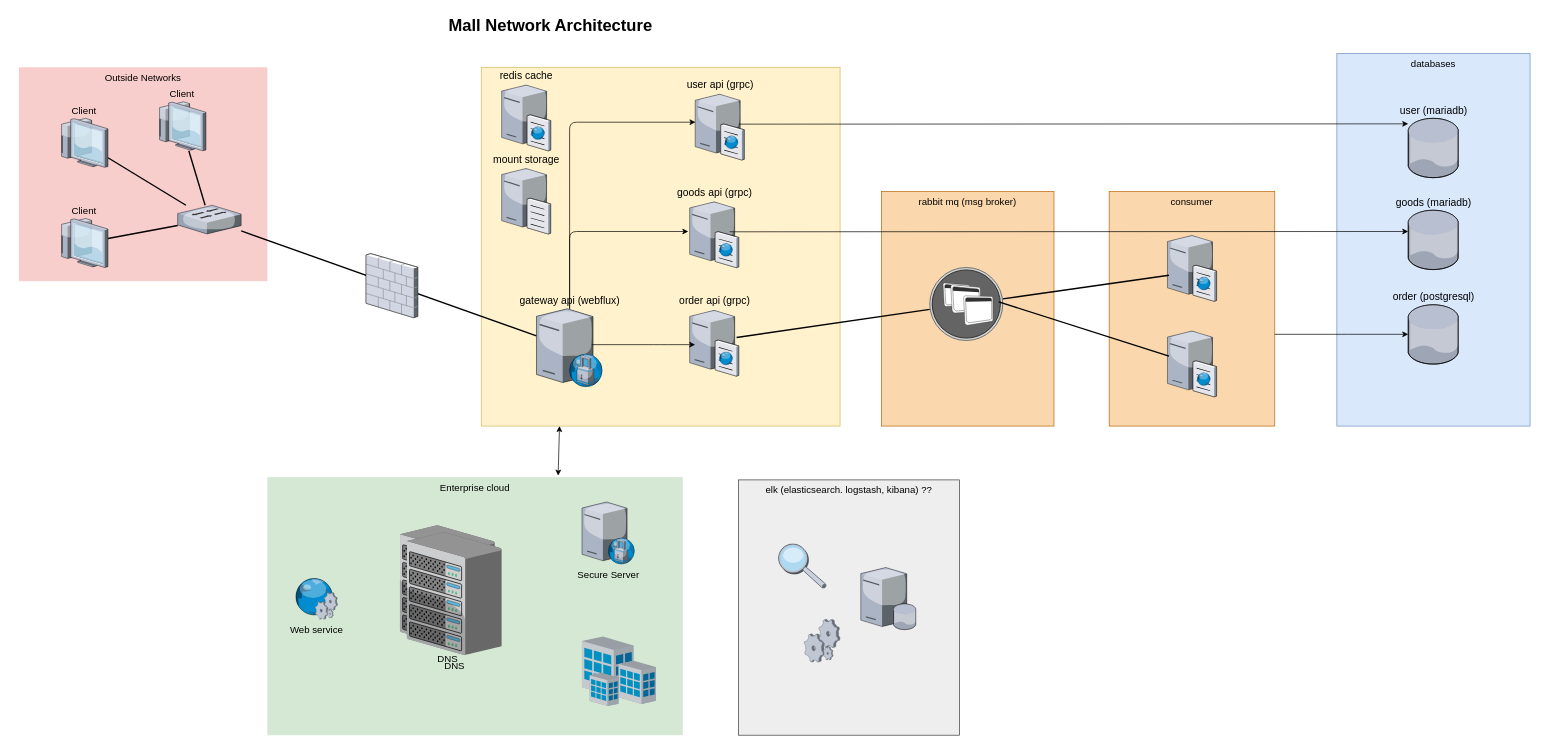
The draw.io diagram architecture/mall-architecture.drawio in kyoDaddy/spring-cloud-multi-module, before the edit. Source tidied: cells renumbered, new cells numbered last; positions are measured from the earlier drawing's top-left corner, leaving out a move shared by most shapes. Both pictures are drawn from the tidied source at 69%, with x=0, y=0 at pixel (19, 12).
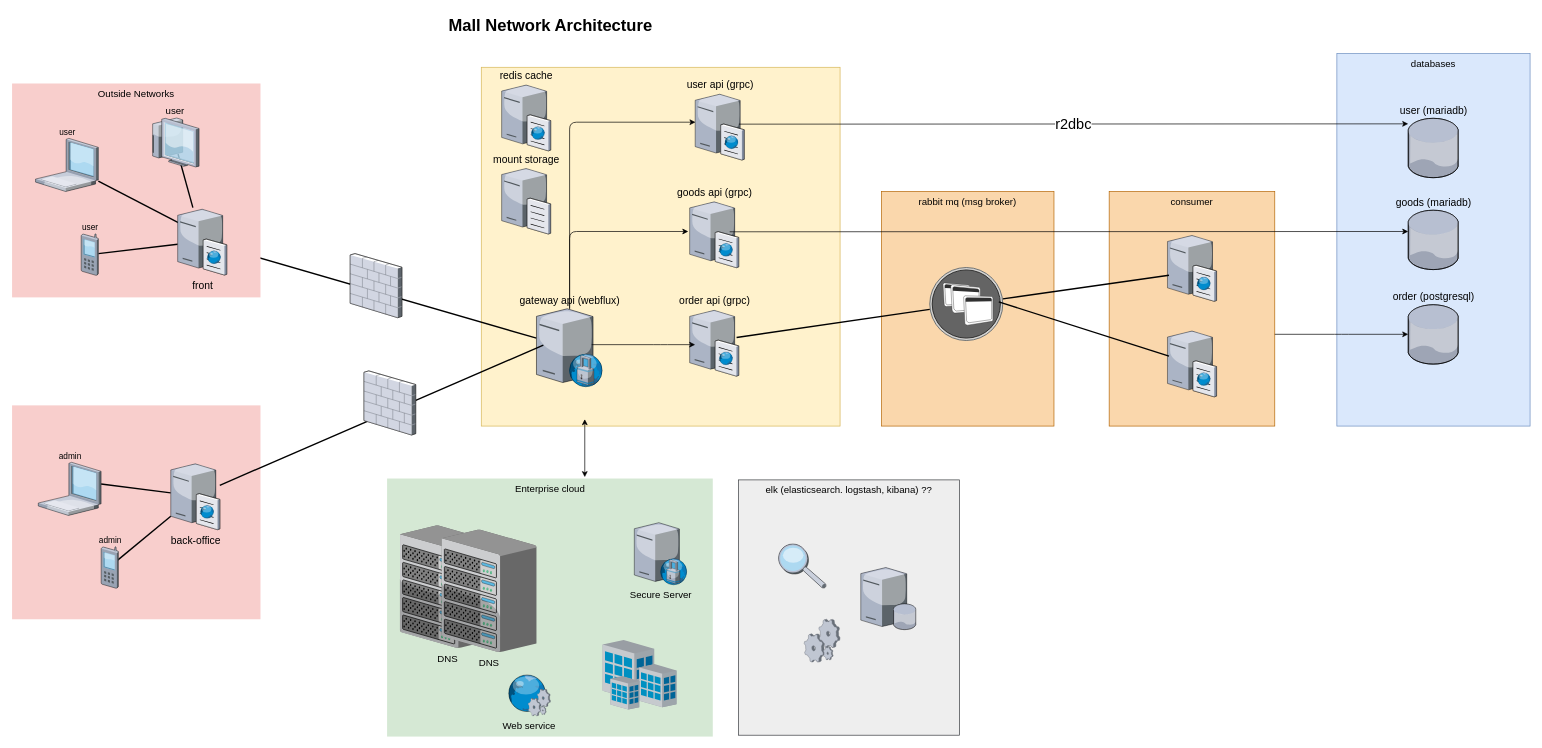
After the change.

Unchanged cells that the change refers to:
```xml
<mxCell id="3" style="whiteSpace=wrap;html=1;fillColor=#fff2cc;fontSize=14;strokeColor=#d6b656;verticalAlign=top;" parent="1" vertex="1">
  <mxGeometry x="670" y="80" width="520" height="520" as="geometry" />
</mxCell>
<mxCell id="20" value="user api (grpc)" style="verticalLabelPosition=top;html=1;verticalAlign=bottom;strokeColor=none;shape=mxgraph.citrix.cache_server;fillColor=#66B2FF;gradientColor=#0066CC;fontSize=15;labelPosition=center;align=center;" parent="1" vertex="1">
  <mxGeometry x="980" y="116.8" width="71" height="97.5" as="geometry" />
</mxCell>
<mxCell id="22" value="user (mariadb)" style="verticalLabelPosition=top;html=1;verticalAlign=bottom;strokeColor=none;align=center;outlineConnect=0;shape=mxgraph.citrix.database;labelPosition=center;fontSize=15;" parent="1" vertex="1">
  <mxGeometry x="2013.4" y="154" width="73.1" height="86" as="geometry" />
</mxCell>
<mxCell id="24" value="gateway api (webflux)" style="verticalLabelPosition=top;html=1;verticalAlign=bottom;strokeColor=none;align=center;outlineConnect=0;shape=mxgraph.citrix.proxy_server;flipH=0;flipV=0;direction=east;horizontal=1;labelPosition=center;fontSize=15;" parent="1" vertex="1">
  <mxGeometry x="750" y="430" width="96" height="113" as="geometry" />
</mxCell>
```

The edit, as a diff of the source:
```diff
@@
-    <mxCell id="4" value="Outside Networks" style="whiteSpace=wrap;html=1;fillColor=#f8cecc;fontSize=14;strokeColor=none;verticalAlign=top;" parent="1" vertex="1">
-      <mxGeometry y="80" width="360" height="310" as="geometry" />
-    </mxCell>
     <mxCell id="5" value="Enterprise cloud" style="whiteSpace=wrap;html=1;fillColor=#d5e8d4;fontSize=14;strokeColor=none;verticalAlign=top;" parent="1" vertex="1">
-      <mxGeometry x="360" y="674" width="602" height="374" as="geometry" />
+      <mxGeometry x="533.5" y="676" width="472" height="374" as="geometry" />
     </mxCell>
-    <mxCell id="6" style="edgeStyle=none;rounded=0;html=1;startSize=10;endSize=10;jettySize=auto;fontSize=14;endArrow=none;endFill=0;strokeWidth=2;" parent="1" edge="1" source="24" target="12">
+    <mxCell id="6" style="edgeStyle=none;rounded=0;html=1;startSize=10;endSize=10;jettySize=auto;fontSize=14;endArrow=none;endFill=0;strokeWidth=2;" parent="1" edge="1" source="24" target="58">
       <mxGeometry relative="1" as="geometry" />
     </mxCell>
@@
     <mxCell id="8" value="Secure Server" style="verticalLabelPosition=bottom;html=1;verticalAlign=top;strokeColor=none;shape=mxgraph.citrix.proxy_server;fillColor=#66B2FF;gradientColor=#0066CC;fontSize=14;" parent="1" vertex="1">
-      <mxGeometry x="816" y="710" width="76.5" height="90" as="geometry" />
+      <mxGeometry x="891.8" y="740" width="76.5" height="90" as="geometry" />
     </mxCell>
-    <mxCell id="9" style="edgeStyle=none;rounded=0;html=1;startSize=10;endSize=10;jettySize=auto;fontSize=14;endArrow=none;endFill=0;strokeWidth=2;" parent="1" edge="1" source="12" target="15">
-      <mxGeometry relative="1" as="geometry" />
-    </mxCell>
-    <mxCell id="10" style="edgeStyle=none;rounded=0;html=1;startSize=10;endSize=10;jettySize=auto;fontSize=14;endArrow=none;endFill=0;strokeWidth=2;" parent="1" edge="1" source="12" target="14">
-      <mxGeometry relative="1" as="geometry" />
-    </mxCell>
-    <mxCell id="11" style="edgeStyle=none;rounded=0;html=1;startSize=10;endSize=10;jettySize=auto;fontSize=14;endArrow=none;endFill=0;strokeWidth=2;" parent="1" edge="1" source="12" target="13">
-      <mxGeometry relative="1" as="geometry" />
-    </mxCell>
-    <mxCell id="12" style="verticalLabelPosition=bottom;html=1;verticalAlign=top;strokeColor=none;shape=mxgraph.citrix.switch;fillColor=#66B2FF;gradientColor=#0066CC;fontSize=14;" parent="1" vertex="1">
-      <mxGeometry x="230" y="280" width="92" height="41.5" as="geometry" />
-    </mxCell>
-    <mxCell id="13" value="Client" style="verticalLabelPosition=top;html=1;verticalAlign=bottom;strokeColor=none;shape=mxgraph.citrix.thin_client;fillColor=#66B2FF;gradientColor=#0066CC;fontSize=14;labelPosition=center;align=center;" parent="1" vertex="1">
-      <mxGeometry x="58" y="299.2" width="71" height="71" as="geometry" />
-    </mxCell>
-    <mxCell id="14" value="Client" style="verticalLabelPosition=top;html=1;verticalAlign=bottom;strokeColor=none;shape=mxgraph.citrix.thin_client;fillColor=#66B2FF;gradientColor=#0066CC;fontSize=14;labelPosition=center;align=center;" parent="1" vertex="1">
-      <mxGeometry x="200" y="130" width="71" height="71" as="geometry" />
-    </mxCell>
-    <mxCell id="15" value="Client" style="verticalLabelPosition=top;html=1;verticalAlign=bottom;strokeColor=none;shape=mxgraph.citrix.thin_client;fillColor=#66B2FF;gradientColor=#0066CC;fontSize=14;labelPosition=center;align=center;" parent="1" vertex="1">
-      <mxGeometry x="58" y="154" width="71" height="71" as="geometry" />
-    </mxCell>
     <mxCell id="16" value="Web service" style="verticalLabelPosition=bottom;html=1;verticalAlign=top;strokeColor=none;shape=mxgraph.citrix.web_service;fillColor=#66B2FF;gradientColor=#0066CC;fontSize=14;" parent="1" vertex="1">
-      <mxGeometry x="399" y="820" width="63" height="60" as="geometry" />
+      <mxGeometry x="707.5" y="960" width="63" height="60" as="geometry" />
     </mxCell>
     <mxCell id="17" style="verticalLabelPosition=bottom;html=1;verticalAlign=top;strokeColor=none;shape=mxgraph.citrix.site;fillColor=#66B2FF;gradientColor=#0066CC;fontSize=14;" parent="1" vertex="1">
-      <mxGeometry x="816" y="905" width="107" height="101" as="geometry" />
+      <mxGeometry x="846" y="910" width="107" height="101" as="geometry" />
     </mxCell>
@@
     <mxCell id="19" value="DNS" style="verticalLabelPosition=bottom;html=1;verticalAlign=top;strokeColor=none;shape=mxgraph.citrix.chassis;fillColor=#66B2FF;gradientColor=#0066CC;fontSize=14;" parent="1" vertex="1">
-      <mxGeometry x="562" y="754" width="137.5" height="177.5" as="geometry" />
+      <mxGeometry x="612.5" y="750" width="137.5" height="177.5" as="geometry" />
     </mxCell>
@@
     <mxCell id="23" style="verticalLabelPosition=bottom;html=1;verticalAlign=top;strokeColor=none;align=center;shape=mxgraph.citrix.firewall;" parent="1" vertex="1">
-      <mxGeometry x="503" y="350" width="75" height="93" as="geometry" />
+      <mxGeometry x="480" y="350" width="75" height="93" as="geometry" />
     </mxCell>
@@
-    <mxCell id="26" style="edgeStyle=elbowEdgeStyle;elbow=vertical;endArrow=classic;html=1;exitX=0.891;exitY=0.468;exitDx=0;exitDy=0;exitPerimeter=0;" parent="1" edge="1" source="20" target="22">
+    <mxCell id="26" value="r2dbc" style="edgeStyle=elbowEdgeStyle;elbow=vertical;endArrow=classic;html=1;exitX=0.891;exitY=0.468;exitDx=0;exitDy=0;exitPerimeter=0;fontSize=21;" parent="1" edge="1" source="20" target="22">
       <mxGeometry relative="1" as="geometry" />
     </mxCell>
@@
-    <mxCell id="38" style="endArrow=classic;startArrow=classic;html=1;fontSize=15;entryX=0.218;entryY=1;entryDx=0;entryDy=0;entryPerimeter=0;exitX=0.7;exitY=-0.006;exitDx=0;exitDy=0;exitPerimeter=0;" parent="1" edge="1" source="5" target="3">
-      <mxGeometry relative="1" as="geometry" />
+    <mxCell id="38" style="endArrow=classic;startArrow=classic;html=1;fontSize=15;" parent="1" edge="1">
+      <mxGeometry relative="1" as="geometry">
+        <mxPoint x="820" y="674" as="sourcePoint" />
+        <mxPoint x="820" y="590" as="targetPoint" />
+      </mxGeometry>
     </mxCell>
@@
+    <mxCell id="50" style="whiteSpace=wrap;html=1;fillColor=#f8cecc;fontSize=14;strokeColor=none;verticalAlign=top;" parent="1" vertex="1">
+      <mxGeometry x="-10" y="570" width="360" height="310" as="geometry" />
+    </mxCell>
+    <mxCell id="51" style="edgeStyle=none;rounded=0;html=1;startSize=10;endSize=10;jettySize=auto;fontSize=14;endArrow=none;endFill=0;strokeWidth=2;" parent="1" edge="1" source="53">
+      <mxGeometry relative="1" as="geometry">
+        <mxPoint x="119" y="684" as="targetPoint" />
+      </mxGeometry>
+    </mxCell>
+    <mxCell id="52" style="edgeStyle=none;rounded=0;html=1;startSize=10;endSize=10;jettySize=auto;fontSize=14;endArrow=none;endFill=0;strokeWidth=2;entryX=0.845;entryY=0.236;entryDx=0;entryDy=0;entryPerimeter=0;" parent="1" edge="1" source="53">
+      <mxGeometry relative="1" as="geometry">
+        <mxPoint x="140" y="796.8" as="targetPoint" />
+      </mxGeometry>
+    </mxCell>
+    <mxCell id="53" value="back-office" style="verticalLabelPosition=bottom;html=1;verticalAlign=top;strokeColor=none;align=center;outlineConnect=0;shape=mxgraph.citrix.cache_server;labelPosition=center;fontSize=15;" parent="1" vertex="1">
+      <mxGeometry x="220" y="652.5" width="71" height="97.5" as="geometry" />
+    </mxCell>
+    <mxCell id="4" value="Outside Networks" style="whiteSpace=wrap;html=1;fillColor=#f8cecc;fontSize=14;strokeColor=none;verticalAlign=top;" parent="1" vertex="1">
+      <mxGeometry x="-10" y="103.5" width="360" height="310" as="geometry" />
+    </mxCell>
+    <mxCell id="54" style="edgeStyle=none;rounded=0;html=1;startSize=10;endSize=10;jettySize=auto;fontSize=14;endArrow=none;endFill=0;strokeWidth=2;" parent="1" edge="1" target="61">
+      <mxGeometry relative="1" as="geometry">
+        <mxPoint x="240" y="310" as="sourcePoint" />
+      </mxGeometry>
+    </mxCell>
+    <mxCell id="55" style="edgeStyle=none;rounded=0;html=1;startSize=10;endSize=10;jettySize=auto;fontSize=14;endArrow=none;endFill=0;strokeWidth=2;entryX=0.571;entryY=0.736;entryDx=0;entryDy=0;entryPerimeter=0;" parent="1" edge="1" source="58" target="57">
+      <mxGeometry relative="1" as="geometry" />
+    </mxCell>
+    <mxCell id="56" style="edgeStyle=none;rounded=0;html=1;startSize=10;endSize=10;jettySize=auto;fontSize=14;endArrow=none;endFill=0;strokeWidth=2;" parent="1" edge="1" source="58" target="60">
+      <mxGeometry relative="1" as="geometry" />
+    </mxCell>
+    <mxCell id="57" value="user" style="verticalLabelPosition=top;html=1;verticalAlign=bottom;strokeColor=none;shape=mxgraph.citrix.thin_client;fillColor=#66B2FF;gradientColor=#0066CC;fontSize=14;labelPosition=center;align=center;" parent="1" vertex="1">
+      <mxGeometry x="190" y="153.5" width="71" height="71" as="geometry" />
+    </mxCell>
+    <mxCell id="58" value="front" style="verticalLabelPosition=bottom;html=1;verticalAlign=top;strokeColor=none;align=center;outlineConnect=0;shape=mxgraph.citrix.cache_server;labelPosition=center;fontSize=15;" parent="1" vertex="1">
+      <mxGeometry x="230" y="283.5" width="71" height="97.5" as="geometry" />
+    </mxCell>
+    <mxCell id="59" value="admin" style="verticalLabelPosition=top;html=1;verticalAlign=bottom;strokeColor=none;align=center;shape=mxgraph.citrix.cell_phone;labelPosition=center;" parent="1" vertex="1">
+      <mxGeometry x="119" y="775" width="25" height="60" as="geometry" />
+    </mxCell>
+    <mxCell id="60" value="user" style="verticalLabelPosition=top;html=1;verticalAlign=bottom;strokeColor=none;align=center;outlineConnect=0;shape=mxgraph.citrix.cell_phone;labelPosition=center;" parent="1" vertex="1">
+      <mxGeometry x="90" y="321.5" width="25" height="60" as="geometry" />
+    </mxCell>
+    <mxCell id="61" value="user" style="verticalLabelPosition=top;html=1;verticalAlign=bottom;strokeColor=none;align=center;outlineConnect=0;shape=mxgraph.citrix.laptop_1;labelPosition=center;" parent="1" vertex="1">
+      <mxGeometry x="24" y="183" width="91" height="77" as="geometry" />
+    </mxCell>
+    <mxCell id="62" style="edgeStyle=none;rounded=0;html=1;startSize=10;endSize=10;jettySize=auto;fontSize=14;endArrow=none;endFill=0;strokeWidth=2;" parent="1" edge="1" target="53">
+      <mxGeometry relative="1" as="geometry">
+        <mxPoint x="760" y="482.6" as="sourcePoint" />
+      </mxGeometry>
+    </mxCell>
+    <mxCell id="63" value="admin" style="verticalLabelPosition=top;html=1;verticalAlign=bottom;strokeColor=none;align=center;shape=mxgraph.citrix.laptop_1;labelPosition=center;" parent="1" vertex="1">
+      <mxGeometry x="28" y="652.5" width="91" height="77" as="geometry" />
+    </mxCell>
+    <mxCell id="64" style="verticalLabelPosition=bottom;html=1;verticalAlign=top;strokeColor=none;align=center;shape=mxgraph.citrix.firewall;" parent="1" vertex="1">
+      <mxGeometry x="500" y="520" width="75" height="93" as="geometry" />
+    </mxCell>
```
